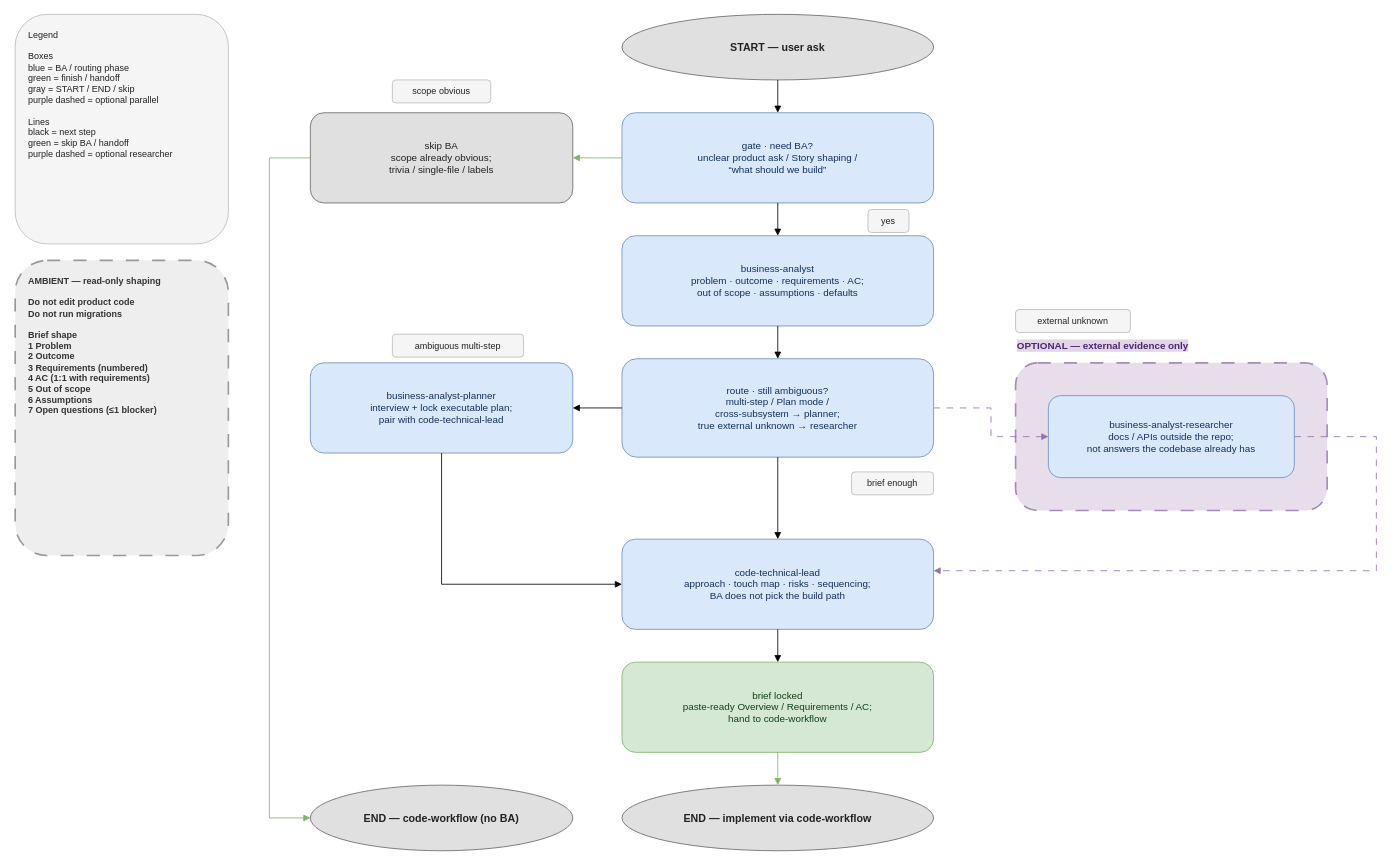
The draw.io diagram plugins/business-analyst/docs/business-analyst-workflow.drawio in nodadyoushutup/marketplace, before the edit. Source tidied: cells renumbered, new cells numbered last; positions are measured from the earlier drawing's top-left corner, leaving out a move shared by most shapes. Both pictures are drawn from the tidied source at 82%, with x=0, y=0 at pixel (15, 14).
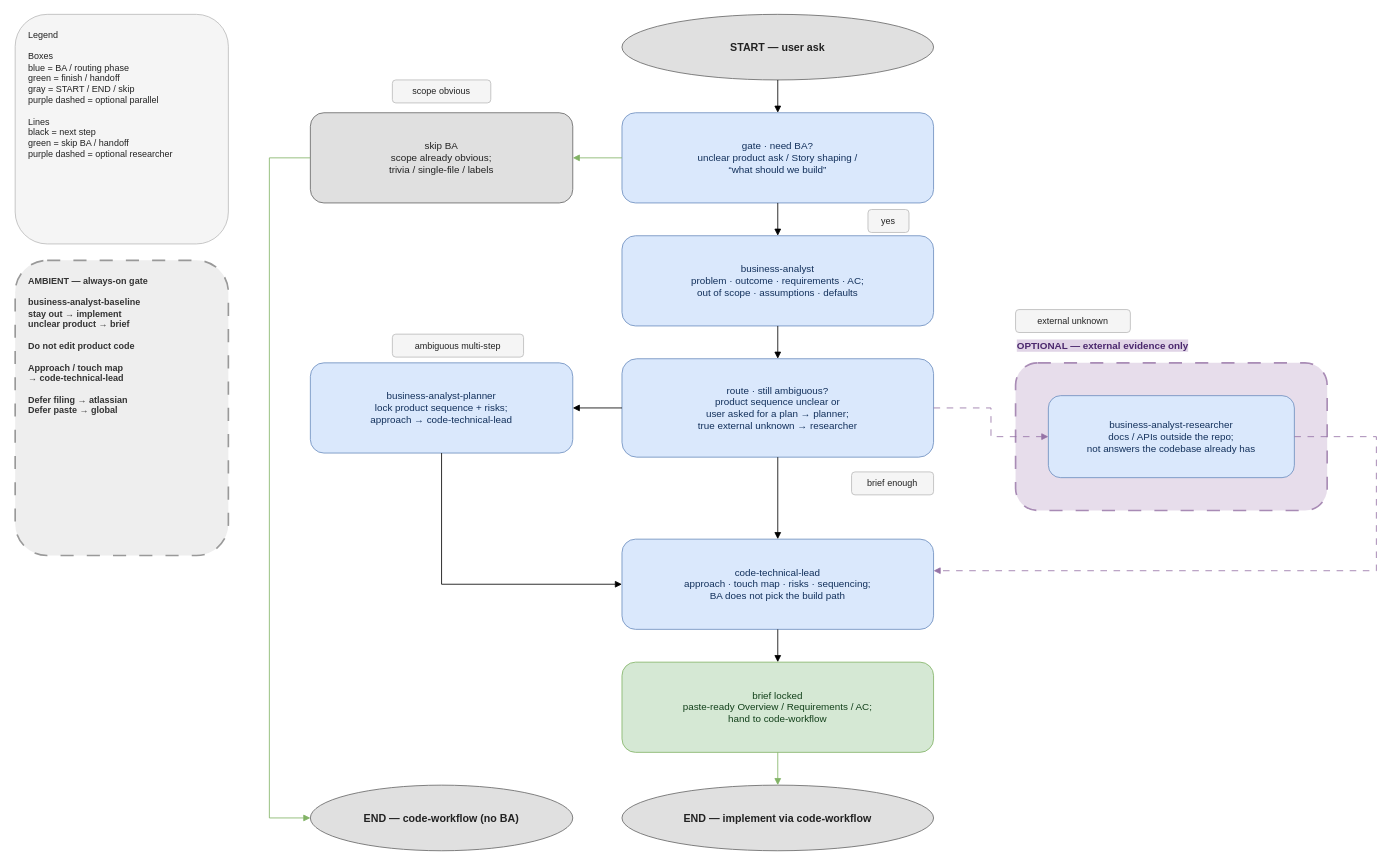
The same page after the edit.

Diff of the diagram source:
```diff
@@
-    <mxCell id="3" value="AMBIENT — read-only shaping&#10;&#10;Do not edit product code&#10;Do not run migrations&#10;&#10;Brief shape&#10;1 Problem&#10;2 Outcome&#10;3 Requirements (numbered)&#10;4 AC (1:1 with requirements)&#10;5 Out of scope&#10;6 Assumptions&#10;7 Open questions (≤1 blocker)" style="rounded=1;whiteSpace=wrap;html=1;dashed=1;dashPattern=8 8;align=left;verticalAlign=top;spacingLeft=14;spacingRight=14;spacingTop=12;spacingBottom=12;fontSize=11;fontStyle=1;fillColor=#eeeeee;strokeColor=#999999;strokeWidth=2;fontColor=#333333;" parent="1" vertex="1">
+    <mxCell id="3" value="AMBIENT — always-on gate&#10;&#10;business-analyst-baseline&#10;stay out → implement&#10;unclear product → brief&#10;&#10;Do not edit product code&#10;&#10;Approach / touch map&#10;→ code-technical-lead&#10;&#10;Defer filing → atlassian&#10;Defer paste → global" style="rounded=1;whiteSpace=wrap;html=1;dashed=1;dashPattern=8 8;align=left;verticalAlign=top;spacingLeft=14;spacingRight=14;spacingTop=12;spacingBottom=12;fontSize=11;fontStyle=1;fillColor=#eeeeee;strokeColor=#999999;strokeWidth=2;fontColor=#333333;" parent="1" vertex="1">
       <mxGeometry y="300" width="260" height="360" as="geometry" />
     </mxCell>
@@
-    <mxCell id="8" value="route · still ambiguous?&#10;multi-step / Plan mode /&#10;cross-subsystem → planner;&#10;true external unknown → researcher" style="rounded=1;whiteSpace=wrap;html=1;align=center;verticalAlign=middle;spacingLeft=12;spacingRight=12;fontSize=12;fillColor=#dae8fc;strokeColor=#6c8ebf;fontColor=#12305B;" parent="1" vertex="1">
+    <mxCell id="8" value="route · still ambiguous?&#10;product sequence unclear or&#10;user asked for a plan → planner;&#10;true external unknown → researcher" style="rounded=1;whiteSpace=wrap;html=1;align=center;verticalAlign=middle;spacingLeft=12;spacingRight=12;fontSize=12;fillColor=#dae8fc;strokeColor=#6c8ebf;fontColor=#12305B;" parent="1" vertex="1">
       <mxGeometry x="740" y="420" width="380" height="120" as="geometry" />
     </mxCell>
-    <mxCell id="9" value="business-analyst-planner&#10;interview + lock executable plan;&#10;pair with code-technical-lead" style="rounded=1;whiteSpace=wrap;html=1;align=center;verticalAlign=middle;spacingLeft=12;spacingRight=12;fontSize=12;fillColor=#dae8fc;strokeColor=#6c8ebf;fontColor=#12305B;" parent="1" vertex="1">
+    <mxCell id="9" value="business-analyst-planner&#10;lock product sequence + risks;&#10;approach → code-technical-lead" style="rounded=1;whiteSpace=wrap;html=1;align=center;verticalAlign=middle;spacingLeft=12;spacingRight=12;fontSize=12;fillColor=#dae8fc;strokeColor=#6c8ebf;fontColor=#12305B;" parent="1" vertex="1">
       <mxGeometry x="360" y="425" width="320" height="110" as="geometry" />
     </mxCell>
```
